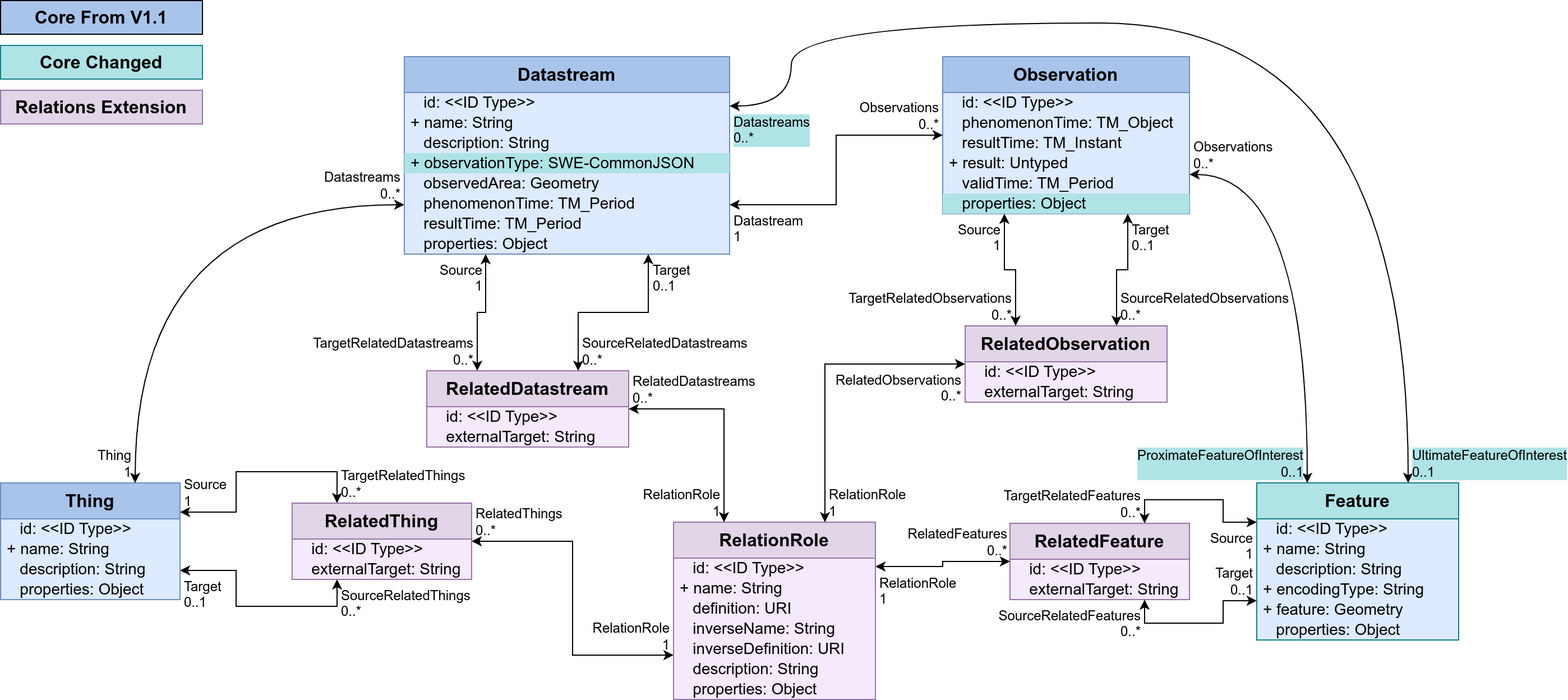
Before: figures/Datamodel-SensorThingsApi-V2-proposal-1-Relations.drawio.png, a diagram exported from draw.io (opengeospatial/sensorthings). Source tidied: cells renumbered, new cells last; positions are measured from the earlier drawing's top-left corner, leaving out a move shared by most shapes.
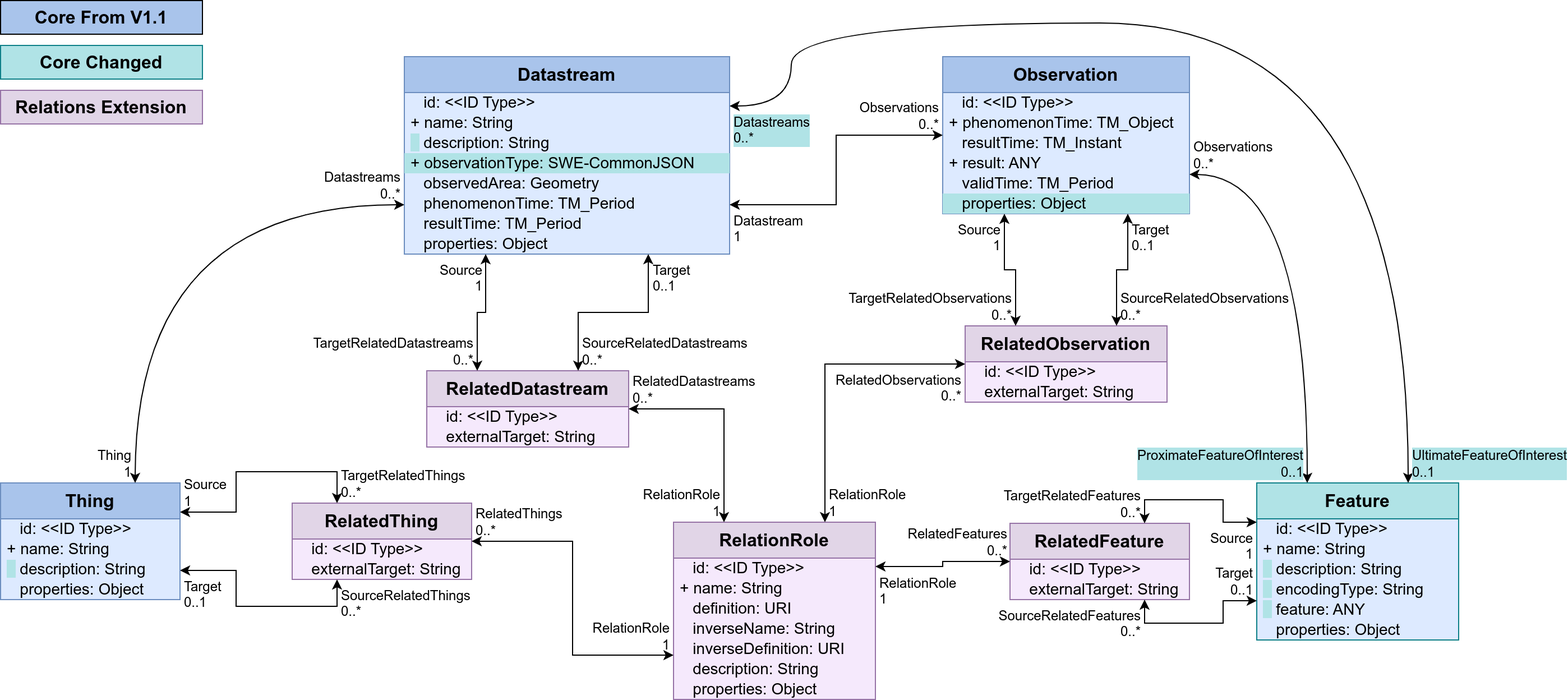
The same diagram one commit later.

The edit, as a diff of the source:
```diff
@@ -11,7 +11,7 @@
     <mxCell id="4" value="+ name: String" style="text;strokeColor=none;fillColor=none;align=left;verticalAlign=middle;spacingLeft=4;spacingRight=4;overflow=visible;html=1;fontSize=14;" parent="2" vertex="1">
       <mxGeometry y="50" width="290" height="18" as="geometry" />
     </mxCell>
-    <mxCell id="5" value="&amp;nbsp; &amp;nbsp;description: String" style="text;strokeColor=none;fillColor=none;align=left;verticalAlign=middle;spacingLeft=4;spacingRight=4;overflow=visible;html=1;fontSize=14;" parent="2" vertex="1">
+    <mxCell id="5" value="&lt;span style=&quot;background-color: rgb(176, 227, 230);&quot;&gt;&amp;nbsp; &lt;/span&gt;&amp;nbsp;description: String" style="text;strokeColor=none;fillColor=none;align=left;verticalAlign=middle;spacingLeft=4;spacingRight=4;overflow=visible;html=1;fontSize=14;" parent="2" vertex="1">
       <mxGeometry y="68" width="290" height="18" as="geometry" />
     </mxCell>
     <mxCell id="6" value="+ observationType: SWE-CommonJSON" style="text;strokeColor=none;fillColor=#b0e3e6;align=left;verticalAlign=middle;spacingLeft=4;spacingRight=4;overflow=visible;html=1;fontSize=14;" parent="2" vertex="1">
@@ -38,13 +38,13 @@
     <mxCell id="13" value="+ name: String" style="text;strokeColor=none;fillColor=none;align=left;verticalAlign=middle;spacingLeft=4;spacingRight=4;overflow=visible;html=1;fontSize=14;" parent="11" vertex="1">
       <mxGeometry y="50" width="180" height="18" as="geometry" />
     </mxCell>
-    <mxCell id="14" value="&amp;nbsp; &amp;nbsp;description: String" style="text;strokeColor=none;fillColor=none;align=left;verticalAlign=middle;spacingLeft=4;spacingRight=4;overflow=visible;html=1;fontSize=14;" parent="11" vertex="1">
+    <mxCell id="14" value="&lt;span style=&quot;background-color: rgb(176, 227, 230);&quot;&gt;&amp;nbsp; &lt;/span&gt;&amp;nbsp;description: String" style="text;strokeColor=none;fillColor=none;align=left;verticalAlign=middle;spacingLeft=4;spacingRight=4;overflow=visible;html=1;fontSize=14;" parent="11" vertex="1">
       <mxGeometry y="68" width="180" height="18" as="geometry" />
     </mxCell>
-    <mxCell id="15" value="+ encodingType: String" style="text;strokeColor=none;fillColor=none;align=left;verticalAlign=middle;spacingLeft=4;spacingRight=4;overflow=visible;html=1;fontSize=14;" parent="11" vertex="1">
+    <mxCell id="15" value="&lt;span style=&quot;background-color: rgb(176, 227, 230);&quot;&gt;&amp;nbsp; &lt;/span&gt;&amp;nbsp;encodingType: String" style="text;strokeColor=none;fillColor=none;align=left;verticalAlign=middle;spacingLeft=4;spacingRight=4;overflow=visible;html=1;fontSize=14;" parent="11" vertex="1">
       <mxGeometry y="86" width="180" height="18" as="geometry" />
     </mxCell>
-    <mxCell id="16" value="+ feature: Geometry" style="text;strokeColor=none;fillColor=none;align=left;verticalAlign=middle;spacingLeft=4;spacingRight=4;overflow=visible;html=1;fontSize=14;" parent="11" vertex="1">
+    <mxCell id="16" value="&lt;span style=&quot;background-color: rgb(176, 227, 230);&quot;&gt;&amp;nbsp; &lt;/span&gt;&amp;nbsp;feature: ANY" style="text;strokeColor=none;fillColor=none;align=left;verticalAlign=middle;spacingLeft=4;spacingRight=4;overflow=visible;html=1;fontSize=14;" parent="11" vertex="1">
       <mxGeometry y="104" width="180" height="18" as="geometry" />
     </mxCell>
     <mxCell id="17" value="&amp;nbsp;&amp;nbsp;&amp;nbsp;properties: Object" style="text;strokeColor=none;fillColor=none;align=left;verticalAlign=middle;spacingLeft=4;spacingRight=4;overflow=visible;html=1;fontSize=14;" parent="11" vertex="1">
@@ -71,13 +71,13 @@
     <mxCell id="22" value="&amp;nbsp;&amp;nbsp;&amp;nbsp;id: &amp;lt;&amp;lt;ID Type&amp;gt;&amp;gt;" style="text;strokeColor=none;fillColor=none;align=left;verticalAlign=middle;spacingLeft=4;spacingRight=4;overflow=visible;html=1;fontSize=14;" parent="21" vertex="1">
       <mxGeometry y="32" width="220" height="18" as="geometry" />
     </mxCell>
-    <mxCell id="23" value="&amp;nbsp;&amp;nbsp;&amp;nbsp;phenomenonTime: TM_Object" style="text;strokeColor=none;fillColor=none;align=left;verticalAlign=middle;spacingLeft=4;spacingRight=4;overflow=visible;html=1;fontSize=14;" parent="21" vertex="1">
+    <mxCell id="23" value="+&amp;nbsp;phenomenonTime: TM_Object" style="text;strokeColor=none;fillColor=none;align=left;verticalAlign=middle;spacingLeft=4;spacingRight=4;overflow=visible;html=1;fontSize=14;" parent="21" vertex="1">
       <mxGeometry y="50" width="220" height="18" as="geometry" />
     </mxCell>
     <mxCell id="24" value="&amp;nbsp;&amp;nbsp;&amp;nbsp;resultTime: TM_Instant" style="text;strokeColor=none;fillColor=none;align=left;verticalAlign=middle;spacingLeft=4;spacingRight=4;overflow=visible;html=1;fontSize=14;" parent="21" vertex="1">
       <mxGeometry y="68" width="220" height="18" as="geometry" />
     </mxCell>
-    <mxCell id="25" value="+ result: Untyped" style="text;strokeColor=none;fillColor=none;align=left;verticalAlign=middle;spacingLeft=4;spacingRight=4;overflow=visible;html=1;fontSize=14;" parent="21" vertex="1">
+    <mxCell id="25" value="+ result: ANY" style="text;strokeColor=none;fillColor=none;align=left;verticalAlign=middle;spacingLeft=4;spacingRight=4;overflow=visible;html=1;fontSize=14;" parent="21" vertex="1">
       <mxGeometry y="86" width="220" height="18" as="geometry" />
     </mxCell>
     <mxCell id="26" value="&amp;nbsp;&amp;nbsp;&amp;nbsp;validTime:&amp;nbsp;TM_Period" style="text;strokeColor=none;fillColor=none;align=left;verticalAlign=middle;spacingLeft=4;spacingRight=4;overflow=visible;html=1;fontSize=14;" parent="21" vertex="1">
@@ -275,7 +275,7 @@
     <mxCell id="86" value="+ name: String" style="text;strokeColor=none;fillColor=none;align=left;verticalAlign=middle;spacingLeft=4;spacingRight=4;overflow=visible;html=1;fontSize=14;" parent="84" vertex="1">
       <mxGeometry y="50" width="160" height="18" as="geometry" />
     </mxCell>
-    <mxCell id="87" value="&amp;nbsp; &amp;nbsp;description: String" style="text;strokeColor=none;fillColor=none;align=left;verticalAlign=middle;spacingLeft=4;spacingRight=4;overflow=visible;html=1;fontSize=14;" parent="84" vertex="1">
+    <mxCell id="87" value="&lt;span style=&quot;background-color: rgb(176, 227, 230);&quot;&gt;&amp;nbsp; &lt;/span&gt;&amp;nbsp;description: String" style="text;strokeColor=none;fillColor=none;align=left;verticalAlign=middle;spacingLeft=4;spacingRight=4;overflow=visible;html=1;fontSize=14;" parent="84" vertex="1">
       <mxGeometry y="68" width="160" height="18" as="geometry" />
     </mxCell>
     <mxCell id="88" value="&amp;nbsp;&amp;nbsp;&amp;nbsp;properties: Object" style="text;strokeColor=none;fillColor=none;align=left;verticalAlign=middle;spacingLeft=4;spacingRight=4;overflow=visible;html=1;fontSize=14;" parent="84" vertex="1">
```
